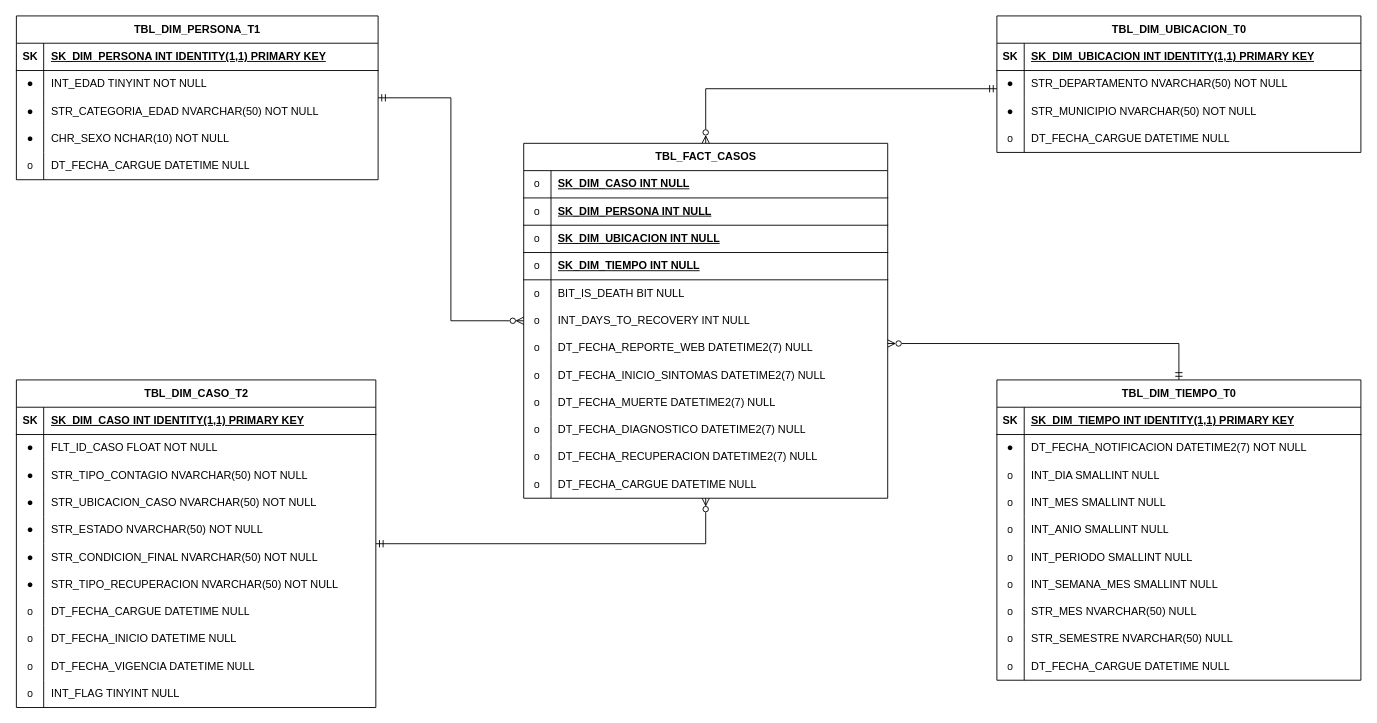
This is DISENO/DIAGRAMA/ETL_COVID_19_COL_MODELO_ESTRELLA_FISICO.drawio from danieltorrez29/ETL_COVID_19_COLOMBIA, a draw.io file, before an edit. Source tidied: cells renumbered, new cells numbered last; positions are measured from the earlier drawing's top-left corner, leaving out a move shared by most shapes. Both pictures are drawn from the tidied source at 91%, with x=0, y=0 at pixel (15, 15).
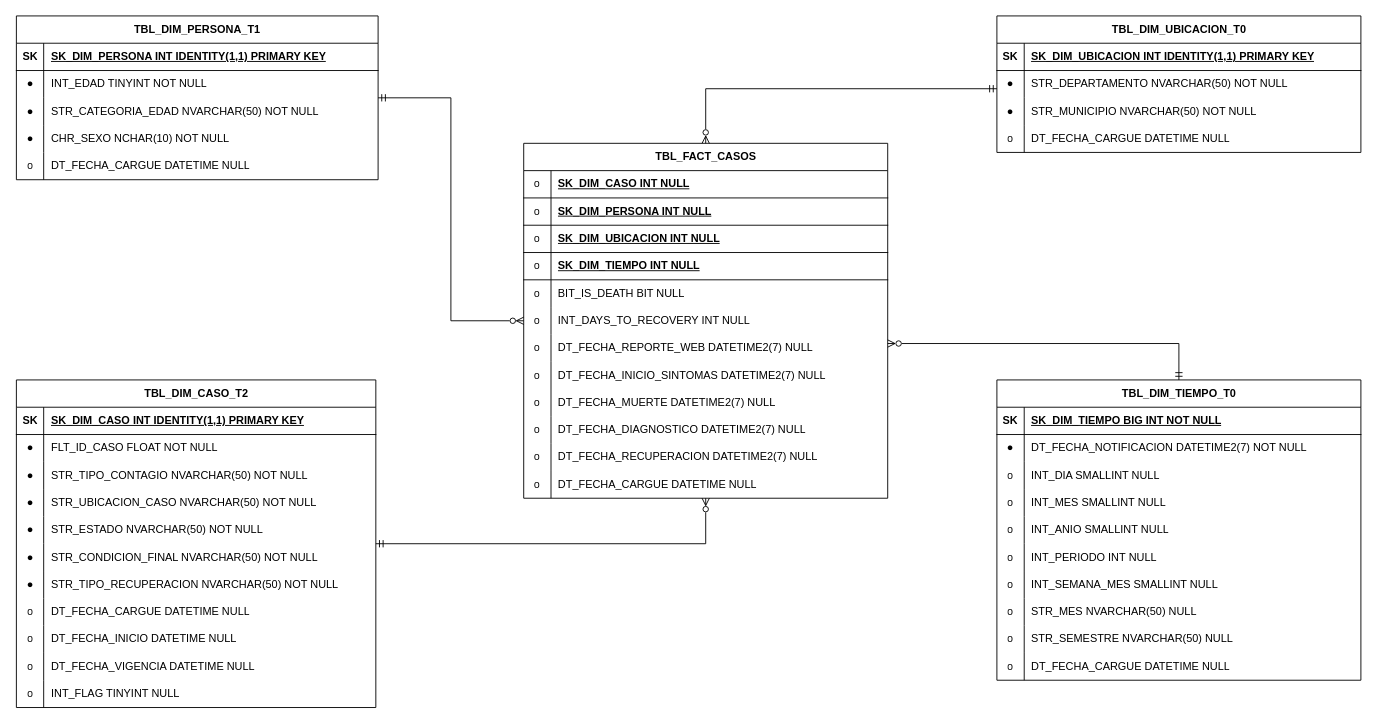
The same page after the edit.

Commit message (it also covers changes not shown here):
Add ETL package for DIM_TIEMPO and update model

Unchanged cells that the change refers to:
```xml
<mxCell id="3" style="shape=tableRow;horizontal=0;startSize=0;swimlaneHead=0;swimlaneBody=0;fillColor=none;top=0;left=0;right=0;bottom=1;" parent="2" vertex="1">
  <mxGeometry y="30" width="400" height="30" as="geometry" />
</mxCell>
<mxCell id="18" style="shape=tableRow;horizontal=0;startSize=0;swimlaneHead=0;swimlaneBody=0;fillColor=none;top=0;left=0;right=0;bottom=0;" parent="2" vertex="1">
  <mxGeometry y="180" width="400" height="30" as="geometry" />
</mxCell>
```

Diff of the diagram source:
```diff
@@
-    <mxCell id="5" value="SK_DIM_TIEMPO INT IDENTITY(1,1) PRIMARY KEY" style="shape=partialRectangle;fillColor=none;top=0;left=0;bottom=0;right=0;align=left;spacingLeft=6;fontStyle=5;overflow=hidden;whiteSpace=wrap;html=1;" parent="3" vertex="1">
+    <mxCell id="5" value="SK_DIM_TIEMPO BIG INT NOT NULL" style="shape=partialRectangle;fillColor=none;top=0;left=0;bottom=0;right=0;align=left;spacingLeft=6;fontStyle=5;overflow=hidden;whiteSpace=wrap;html=1;" parent="3" vertex="1">
       <mxGeometry x="30" width="370" height="30" as="geometry" />
     </mxCell>
@@
-    <mxCell id="20" value="INT_PERIODO SMALLINT&amp;nbsp;NULL" style="shape=partialRectangle;fillColor=none;top=0;left=0;bottom=0;right=0;align=left;spacingLeft=6;overflow=hidden;whiteSpace=wrap;html=1;" parent="18" vertex="1">
+    <mxCell id="20" value="INT_PERIODO INT&amp;nbsp;NULL" style="shape=partialRectangle;fillColor=none;top=0;left=0;bottom=0;right=0;align=left;spacingLeft=6;overflow=hidden;whiteSpace=wrap;html=1;" parent="18" vertex="1">
       <mxGeometry x="30" width="370" height="30" as="geometry" />
     </mxCell>
```
